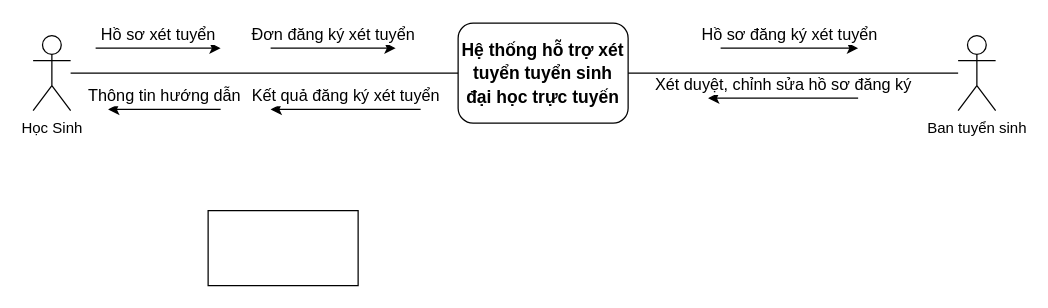
truongquangkhai99/TrinhVanTu_DATN keeps this draw.io diagram as page "Biểu đồ ngữ cảnh" (1 of 12) of 1. Bao Cao/DATN.drawio. Above is the earlier version. Source tidied: cells renumbered, new cells numbered last; positions are measured from the earlier drawing's top-left corner, leaving out a move shared by most shapes. Both pictures are drawn from the tidied source at 125%, with x=0, y=0 at pixel (32, 22).
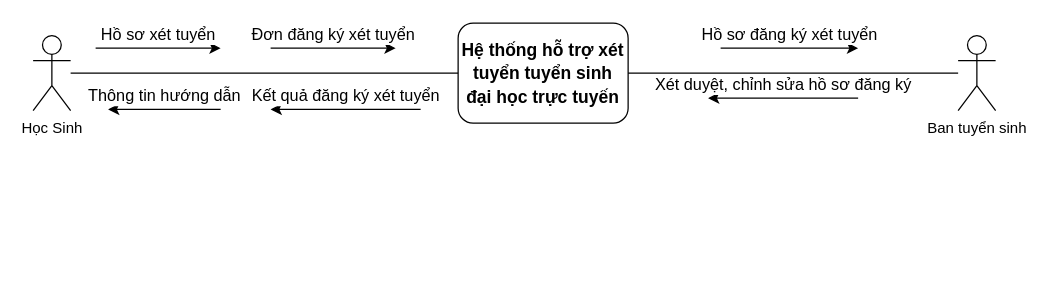
Above is the later version.

What changed in the source:
```diff
@@
 <mxGraphModel>
   <root>
     <mxCell id="0" />
     <mxCell id="1" parent="0" />
     <mxCell id="2" value="Ban tuyển sinh" style="shape=umlActor;verticalLabelPosition=bottom;verticalAlign=top;html=1;outlineConnect=0;" parent="1" vertex="1">
       <mxGeometry x="740" y="10" width="30" height="60" as="geometry" />
     </mxCell>
     <mxCell id="3" value="Học Sinh" style="shape=umlActor;verticalLabelPosition=bottom;verticalAlign=top;html=1;outlineConnect=0;" parent="1" vertex="1">
       <mxGeometry y="10" width="30" height="60" as="geometry" />
     </mxCell>
     <mxCell id="4" value="&lt;p class=&quot;MsoNormal&quot; align=&quot;center&quot; style=&quot;line-height: 130% ; font-size: 14px&quot;&gt;&lt;b&gt;&lt;span style=&quot;line-height: 130%&quot;&gt;Hệ&lt;/span&gt;&lt;/b&gt;&lt;b&gt;&lt;span style=&quot;line-height: 130%&quot;&gt; thống hỗ trợ xét tuyển tuyển sinh&lt;br/&gt;đại học trực tuyến&lt;/span&gt;&lt;/b&gt;&lt;/p&gt;" style="rounded=1;whiteSpace=wrap;html=1;" parent="1" vertex="1">
       <mxGeometry x="340" width="136" height="80" as="geometry" />
     </mxCell>
     <mxCell id="5" style="endArrow=none;html=1;entryX=0;entryY=0.5;entryDx=0;entryDy=0;" parent="1" edge="1" source="3" target="4">
       <mxGeometry relative="1" as="geometry" />
     </mxCell>
     <mxCell id="6" style="endArrow=none;html=1;exitX=1;exitY=0.5;exitDx=0;exitDy=0;" parent="1" edge="1" source="4" target="2">
       <mxGeometry relative="1" as="geometry" />
     </mxCell>
     <mxCell id="7" value="Hồ sơ xét tuyển" style="endArrow=classic;html=1;verticalAlign=bottom;fontSize=13;" parent="1" edge="1">
       <mxGeometry relative="1" as="geometry">
         <mxPoint x="50" y="20" as="sourcePoint" />
         <mxPoint x="150" y="20" as="targetPoint" />
       </mxGeometry>
     </mxCell>
     <mxCell id="8" value="Đơn đăng ký xét tuyển" style="endArrow=classic;html=1;verticalAlign=bottom;fontSize=13;" parent="1" edge="1">
       <mxGeometry relative="1" as="geometry">
         <mxPoint x="190" y="20" as="sourcePoint" />
         <mxPoint x="290" y="20" as="targetPoint" />
       </mxGeometry>
     </mxCell>
     <mxCell id="9" value="Kết quả đăng ký xét tuyển" style="endArrow=classic;html=1;verticalAlign=bottom;fontSize=13;" parent="1" edge="1">
       <mxGeometry relative="1" as="geometry">
         <mxPoint x="310" y="69" as="sourcePoint" />
         <mxPoint x="190" y="69" as="targetPoint" />
       </mxGeometry>
     </mxCell>
     <mxCell id="10" value="Thông tin hướng dẫn" style="endArrow=classic;html=1;verticalAlign=bottom;fontSize=13;" parent="1" edge="1">
       <mxGeometry relative="1" as="geometry">
         <mxPoint x="150" y="69" as="sourcePoint" />
         <mxPoint x="60" y="69" as="targetPoint" />
       </mxGeometry>
     </mxCell>
     <mxCell id="11" value="Hồ sơ đăng ký xét tuyển" style="endArrow=classic;html=1;fontSize=13;verticalAlign=bottom;" parent="1" edge="1">
       <mxGeometry relative="1" as="geometry">
         <mxPoint x="550" y="20" as="sourcePoint" />
         <mxPoint x="660" y="20" as="targetPoint" />
       </mxGeometry>
     </mxCell>
     <mxCell id="12" value="Xét duyệt, chỉnh sửa hồ sơ đăng ký" style="endArrow=classic;html=1;fontSize=13;verticalAlign=bottom;" parent="1" edge="1">
       <mxGeometry relative="1" as="geometry">
         <mxPoint x="660" y="60" as="sourcePoint" />
         <mxPoint x="540" y="60" as="targetPoint" />
       </mxGeometry>
     </mxCell>
-    <mxCell id="13" style="rounded=0;whiteSpace=wrap;html=1;" parent="1" vertex="1">
-      <mxGeometry x="140" y="150" width="120" height="60" as="geometry" />
-    </mxCell>
   </root>
 </mxGraphModel>
```
